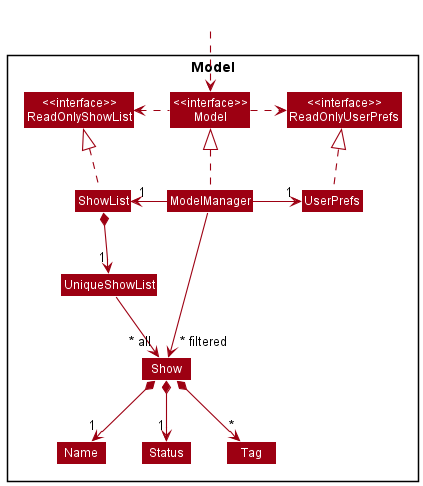
This is docs/images/ModelClassDiagram.png from nus-cs2103-AY2122S2/tp, a PlantUML export, as it was before one commit.
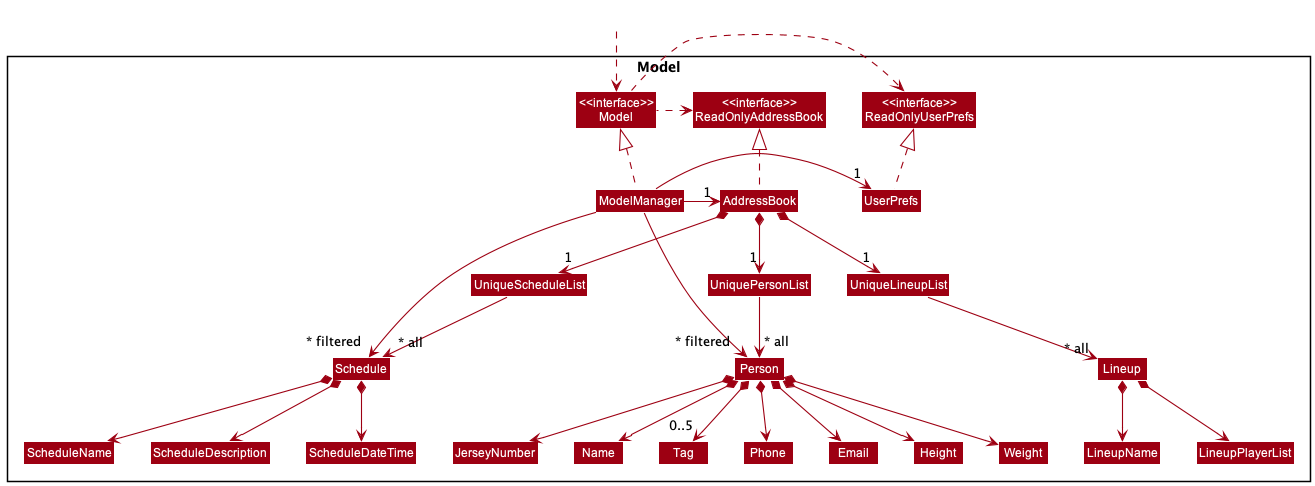
Later version of the same file.

What changed in the source:
```diff
@@ -5,41 +5,75 @@
 skinparam classBackgroundColor MODEL_COLOR
 
 Package Model <<Rectangle>>{
-Class "<<interface>>\nReadOnlyShowList" as ReadOnlyShowList
+Class "<<interface>>\nReadOnlyAddressBook" as ReadOnlyAddressBook
 Class "<<interface>>\nReadOnlyUserPrefs" as ReadOnlyUserPrefs
 Class "<<interface>>\nModel" as Model
-Class ShowList
+Class AddressBook
 Class ModelManager
 Class UserPrefs
 
-Class UniqueShowList
-Class Show
-Class Status
+Class UniquePersonList
+Class Person
+Class Height
+Class Weight
+Class JerseyNumber
+Class Email
 Class Name
+Class Phone
 Class Tag
+
+Class UniqueLineupList
+Class Lineup
+Class LineupName
+Class LineupPlayerList
+
+Class UniqueScheduleList
+Class Schedule
+Class ScheduleName
+Class ScheduleDescription
+Class ScheduleDateTime
 
 }
 
 Class HiddenOutside #FFFFFF
 HiddenOutside ..> Model
 
-ShowList .up.|> ReadOnlyShowList
+AddressBook .up.|> ReadOnlyAddressBook
 
 ModelManager .up.|> Model
 Model .right.> ReadOnlyUserPrefs
-Model .left.> ReadOnlyShowList
-ModelManager -left-> "1" ShowList
+Model .left.> ReadOnlyAddressBook
+ModelManager -left-> "1" AddressBook
 ModelManager -right-> "1" UserPrefs
 UserPrefs .up.|> ReadOnlyUserPrefs
 
-ShowList *--> "1" UniqueShowList
-UniqueShowList --> "~* all" Show
-Show *--> "1" Name
-Show *--> "1" Status
-Show *--> "*" Tag
+AddressBook *--> "1" UniquePersonList
+UniquePersonList --> "~* all" Person
+Person *--> Name
+Person *--> Phone
+Person *--> Email
+Person *--> Height
+Person *--> Weight
+Person *--> JerseyNumber
+Person *--> "0..5" Tag
 
-Name -[hidden]right-> Status
-Status -[hidden]right->  Tag
+Name -[hidden]right-> Tag
+Phone -[hidden]right-> Email
 
-ModelManager -->"~* filtered" Show
+AddressBook *--> "1" UniqueScheduleList
+UniqueScheduleList --> "~* all" Schedule
+Schedule *--> ScheduleName
+Schedule *--> ScheduleDescription
+Schedule *--> ScheduleDateTime
+
+AddressBook *--> "1" UniqueLineupList
+UniqueLineupList --> "~* all" Lineup
+Lineup *--> LineupName
+Lineup *--> LineupPlayerList
+UniquePersonList -[hidden]right-> UniqueLineupList
+
+
+ModelManager -->"~* filtered" Person
+ModelManager -->"~* filtered" Schedule
+
 @enduml
```
